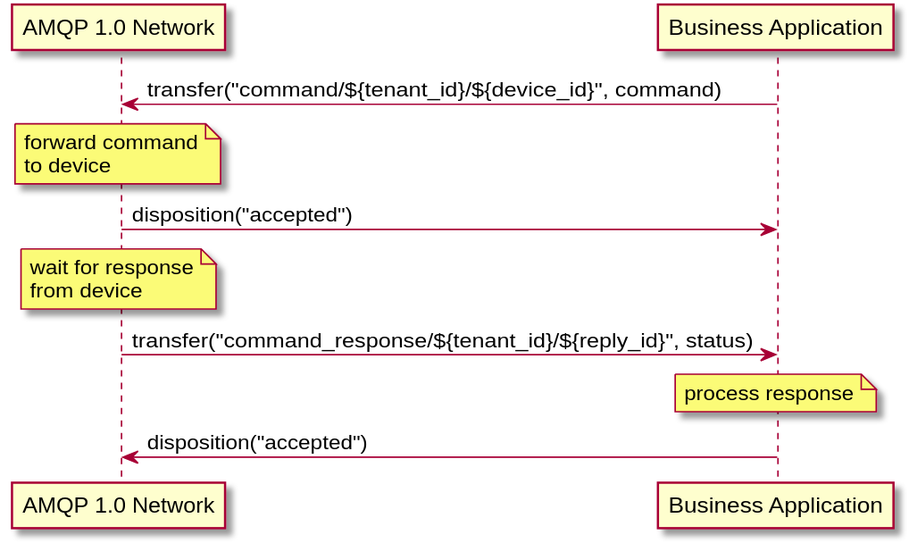
eclipse-hono/hono keeps this PlantUML diagram as site/documentation/content/api/command_control_success.svg. Above is the earlier version.
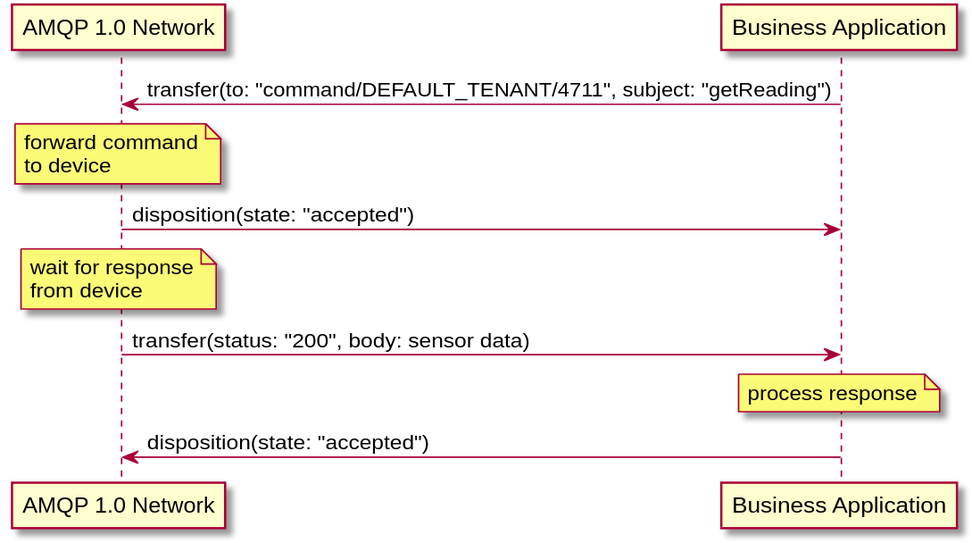
Above is the later version.

Change to the diagram source:
```diff
@@ -4,19 +4,19 @@
 participant "AMQP 1.0 Network"
 participant "Business Application"
 
-"Business Application" -> "AMQP 1.0 Network": transfer("command/${tenant_id}/${device_id}", command)
+"Business Application" -> "AMQP 1.0 Network": transfer(to: "command/DEFAULT_TENANT/4711", subject: "getReading")
 note over "AMQP 1.0 Network"
 forward command
 to device
 end note
-"AMQP 1.0 Network" -> "Business Application": disposition("accepted")
+"AMQP 1.0 Network" -> "Business Application": disposition(state: "accepted")
 note over "AMQP 1.0 Network"
 wait for response
 from device
 end note
-"AMQP 1.0 Network" -> "Business Application": transfer("command_response/${tenant_id}/${reply_id}", status)
+"AMQP 1.0 Network" -> "Business Application": transfer(status: "200", body: sensor data)
 note over "Business Application"
 process response
 end note
-"Business Application" -> "AMQP 1.0 Network": disposition("accepted")
+"Business Application" -> "AMQP 1.0 Network": disposition(state: "accepted")
 @enduml
```
